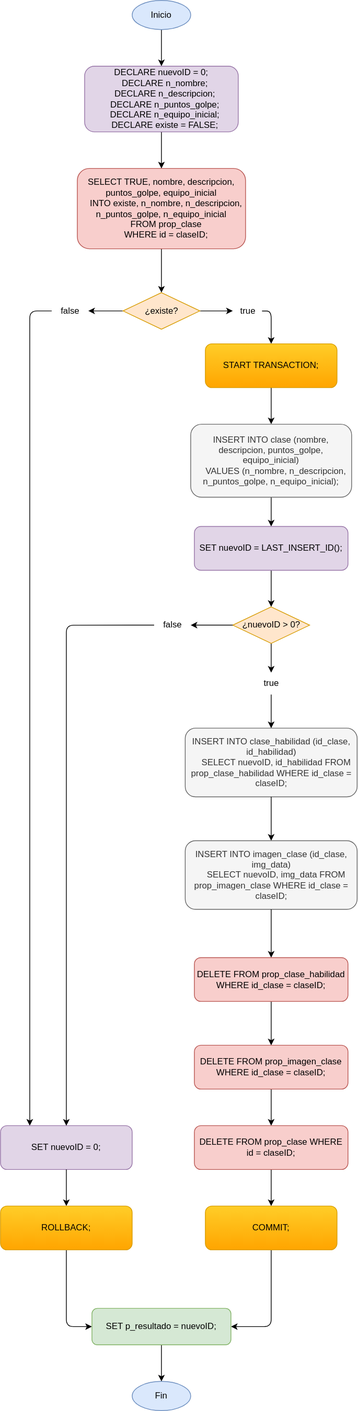
Before: DB_Schema/diagrams/aceptarClase.svg, a diagram exported from draw.io (IvanFreireDacoba/LogeVerse). Source tidied: cells renumbered, new cells last; positions are measured from the earlier drawing's top-left corner, leaving out a move shared by most shapes.
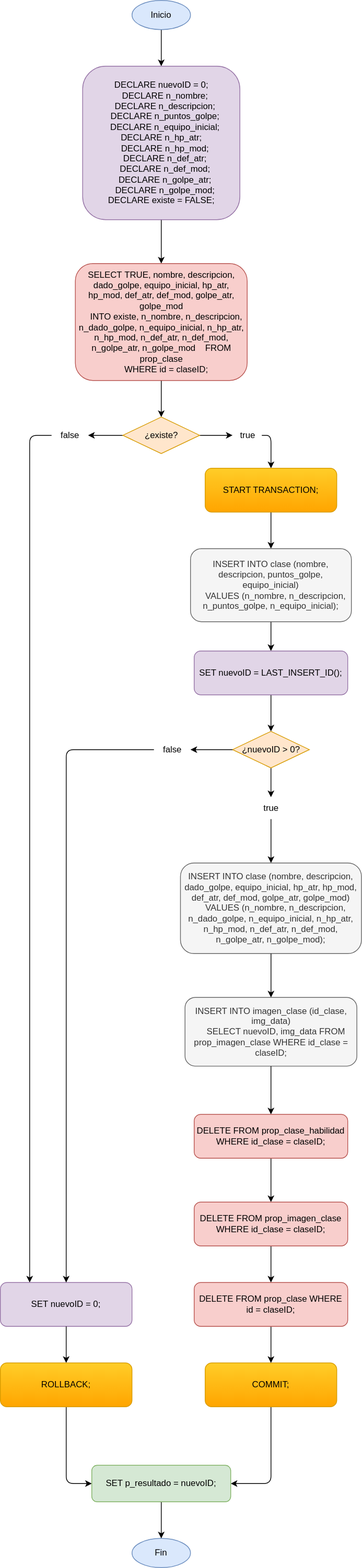
After the change.

The edit, as a diff of the source:
```diff
@@ -2,36 +2,36 @@
   <root>
     <mxCell id="0" />
     <mxCell id="1" parent="0" />
-    <mxCell id="2" style="edgeStyle=orthogonalEdgeStyle;rounded=0;jettySize=auto;html=1;exitX=0.5;exitY=1;exitDx=0;exitDy=0;" parent="1" edge="1" source="3" target="5">
-      <mxGeometry relative="1" as="geometry" />
-    </mxCell>
+    <mxCell id="47" style="edgeStyle=orthogonalEdgeStyle;rounded=0;jettySize=auto;html=1;exitX=0.5;exitY=1;exitDx=0;exitDy=0;" parent="1" edge="1" source="3" target="49">
+      <mxGeometry relative="1" as="geometry" />
+    </mxCell>
     <mxCell id="3" value="Inicio" style="ellipse;whiteSpace=wrap;fillColor=#dae8fc;strokeColor=#6c8ebf;" parent="1" vertex="1">
-      <mxGeometry x="180" width="80" height="40" as="geometry" />
+      <mxGeometry x="180" y="-214" width="80" height="40" as="geometry" />
     </mxCell>
-    <mxCell id="4" style="edgeStyle=orthogonalEdgeStyle;rounded=0;jettySize=auto;html=1;exitX=0.5;exitY=1;exitDx=0;exitDy=0;" parent="1" edge="1" source="5" target="29">
-      <mxGeometry relative="1" as="geometry" />
-    </mxCell>
-    <mxCell id="5" value="DECLARE nuevoID = 0;&#10;   DECLARE n_nombre;&#10;   DECLARE n_descripcion;&#10;   DECLARE n_puntos_golpe;&#10;   DECLARE n_equipo_inicial;&#10;   DECLARE existe = FALSE;" style="rounded=1;whiteSpace=wrap;fillColor=#e1d5e7;strokeColor=#9673a6;" parent="1" vertex="1">
-      <mxGeometry x="115" y="90" width="210" height="90" as="geometry" />
-    </mxCell>
-    <mxCell id="6" style="edgeStyle=orthogonalEdgeStyle;rounded=0;jettySize=auto;html=1;" parent="1" edge="1" source="29" target="10">
-      <mxGeometry relative="1" as="geometry" />
-    </mxCell>
-    <mxCell id="7" style="edgeStyle=orthogonalEdgeStyle;rounded=1;jettySize=auto;html=1;exitX=0;exitY=0.5;exitDx=0;exitDy=0;curved=0;" parent="1" edge="1" source="16" target="12">
-      <mxGeometry relative="1" as="geometry">
-        <Array as="points">
-          <mxPoint x="40" y="425" />
-        </Array>
-      </mxGeometry>
-    </mxCell>
-    <mxCell id="8" style="edgeStyle=orthogonalEdgeStyle;rounded=0;jettySize=auto;html=1;exitX=1;exitY=0.5;exitDx=0;exitDy=0;" parent="1" edge="1" source="10" target="15">
-      <mxGeometry relative="1" as="geometry" />
-    </mxCell>
-    <mxCell id="9" style="edgeStyle=orthogonalEdgeStyle;rounded=0;jettySize=auto;html=1;exitX=0;exitY=0.5;exitDx=0;exitDy=0;" parent="1" edge="1" source="10" target="16">
-      <mxGeometry relative="1" as="geometry" />
-    </mxCell>
+    <mxCell id="48" style="edgeStyle=orthogonalEdgeStyle;rounded=0;jettySize=auto;html=1;exitX=0.5;exitY=1;exitDx=0;exitDy=0;" parent="1" edge="1" source="49" target="63">
+      <mxGeometry relative="1" as="geometry" />
+    </mxCell>
+    <mxCell id="49" value="DECLARE nuevoID = 0;&#10;   DECLARE n_nombre;&#10;   DECLARE n_descripcion;&#10;   DECLARE n_puntos_golpe;&#10;   DECLARE n_equipo_inicial;&#10;DECLARE n_hp_atr;&#10;   DECLARE n_hp_mod;&#10;   DECLARE n_def_atr;&#10;   DECLARE n_def_mod;&#10;   DECLARE n_golpe_atr;&#10;   DECLARE n_golpe_mod;&#10;DECLARE existe = FALSE;" style="rounded=1;whiteSpace=wrap;fillColor=#e1d5e7;strokeColor=#9673a6;" parent="1" vertex="1">
+      <mxGeometry x="112.5" y="-124" width="215" height="210" as="geometry" />
+    </mxCell>
+    <mxCell id="50" style="edgeStyle=orthogonalEdgeStyle;rounded=0;jettySize=auto;html=1;" parent="1" edge="1" source="63" target="10">
+      <mxGeometry relative="1" as="geometry" />
+    </mxCell>
+    <mxCell id="51" style="edgeStyle=orthogonalEdgeStyle;rounded=1;jettySize=auto;html=1;exitX=0;exitY=0.5;exitDx=0;exitDy=0;curved=0;" parent="1" edge="1" source="55" target="12">
+      <mxGeometry relative="1" as="geometry">
+        <Array as="points">
+          <mxPoint x="40" y="381" />
+        </Array>
+      </mxGeometry>
+    </mxCell>
+    <mxCell id="52" style="edgeStyle=orthogonalEdgeStyle;rounded=0;jettySize=auto;html=1;exitX=1;exitY=0.5;exitDx=0;exitDy=0;" parent="1" edge="1" source="10" target="54">
+      <mxGeometry relative="1" as="geometry" />
+    </mxCell>
+    <mxCell id="53" style="edgeStyle=orthogonalEdgeStyle;rounded=0;jettySize=auto;html=1;exitX=0;exitY=0.5;exitDx=0;exitDy=0;" parent="1" edge="1" source="10" target="55">
+      <mxGeometry relative="1" as="geometry" />
+    </mxCell>
     <mxCell id="10" value="¿existe?" style="rhombus;whiteSpace=wrap;fillColor=#ffe6cc;strokeColor=#d79b00;" parent="1" vertex="1">
-      <mxGeometry x="167.5" y="400" width="105" height="50" as="geometry" />
+      <mxGeometry x="167.5" y="356" width="105" height="50" as="geometry" />
     </mxCell>
     <mxCell id="11" style="edgeStyle=orthogonalEdgeStyle;rounded=1;jettySize=auto;html=1;exitX=0.5;exitY=1;exitDx=0;exitDy=0;entryX=0;entryY=0.5;entryDx=0;entryDy=0;curved=0;" parent="1" edge="1" source="31" target="46">
       <mxGeometry relative="1" as="geometry" />
@@ -45,12 +45,12 @@
     <mxCell id="14" value="Fin" style="ellipse;whiteSpace=wrap;fillColor=#dae8fc;strokeColor=#6c8ebf;" parent="1" vertex="1">
       <mxGeometry x="180" y="1890" width="80" height="40" as="geometry" />
     </mxCell>
-    <mxCell id="15" value="true" style="text;html=1;align=center;verticalAlign=middle;points=[];strokeColor=none;fillColor=none;" parent="1" vertex="1">
-      <mxGeometry x="317.5" y="410" width="40" height="30" as="geometry" />
-    </mxCell>
-    <mxCell id="16" value="false" style="text;html=1;align=center;verticalAlign=middle;points=[];strokeColor=none;fillColor=none;" parent="1" vertex="1">
-      <mxGeometry x="70" y="410" width="50" height="30" as="geometry" />
-    </mxCell>
+    <mxCell id="54" value="true" style="text;html=1;align=center;verticalAlign=middle;points=[];strokeColor=none;fillColor=none;" parent="1" vertex="1">
+      <mxGeometry x="317.5" y="366" width="40" height="30" as="geometry" />
+    </mxCell>
+    <mxCell id="55" value="false" style="text;html=1;align=center;verticalAlign=middle;points=[];strokeColor=none;fillColor=none;" parent="1" vertex="1">
+      <mxGeometry x="70" y="366" width="50" height="30" as="geometry" />
+    </mxCell>
     <mxCell id="17" style="edgeStyle=orthogonalEdgeStyle;" parent="1" edge="1" source="34" target="19">
       <mxGeometry relative="1" as="geometry" />
     </mxCell>
@@ -58,38 +58,38 @@
       <mxGeometry relative="1" as="geometry" />
     </mxCell>
     <mxCell id="19" value="INSERT INTO clase (nombre, descripcion, puntos_golpe, equipo_inicial)&#10;   &#9;VALUES (n_nombre, n_descripcion, n_puntos_golpe, n_equipo_inicial);" style="rounded=1;whiteSpace=wrap;fillColor=#f5f5f5;strokeColor=#666666;fontColor=#333333;" parent="1" vertex="1">
-      <mxGeometry x="260" y="580" width="220" height="100" as="geometry" />
+      <mxGeometry x="260" y="536" width="220" height="100" as="geometry" />
     </mxCell>
-    <mxCell id="20" style="edgeStyle=orthogonalEdgeStyle;rounded=1;jettySize=auto;html=1;exitX=0;exitY=0.5;exitDx=0;exitDy=0;entryX=0.5;entryY=0;entryDx=0;entryDy=0;curved=0;" parent="1" edge="1" source="25" target="12">
-      <mxGeometry relative="1" as="geometry" />
-    </mxCell>
-    <mxCell id="21" style="edgeStyle=orthogonalEdgeStyle;rounded=0;jettySize=auto;html=1;" parent="1" edge="1" source="22" target="23">
-      <mxGeometry relative="1" as="geometry" />
-    </mxCell>
+    <mxCell id="56" style="edgeStyle=orthogonalEdgeStyle;rounded=1;jettySize=auto;html=1;exitX=0;exitY=0.5;exitDx=0;exitDy=0;entryX=0.5;entryY=0;entryDx=0;entryDy=0;curved=0;" parent="1" edge="1" source="60" target="12">
+      <mxGeometry relative="1" as="geometry" />
+    </mxCell>
+    <mxCell id="57" style="edgeStyle=orthogonalEdgeStyle;rounded=0;jettySize=auto;html=1;" parent="1" edge="1" source="22" target="58">
+      <mxGeometry relative="1" as="geometry" />
+    </mxCell>
     <mxCell id="22" value="¿nuevoID &gt; 0?" style="rhombus;whiteSpace=wrap;fillColor=#ffe6cc;strokeColor=#d79b00;" parent="1" vertex="1">
-      <mxGeometry x="317.5" y="830" width="105" height="50" as="geometry" />
+      <mxGeometry x="317.5" y="786" width="105" height="50" as="geometry" />
     </mxCell>
-    <mxCell id="23" value="true" style="text;html=1;align=center;verticalAlign=middle;points=[];strokeColor=none;fillColor=none;" parent="1" vertex="1">
-      <mxGeometry x="350" y="920" width="40" height="30" as="geometry" />
-    </mxCell>
-    <mxCell id="24" style="edgeStyle=orthogonalEdgeStyle;rounded=1;jettySize=auto;html=1;exitX=0;exitY=0.5;exitDx=0;exitDy=0;curved=0;" parent="1" edge="1" source="22" target="25">
-      <mxGeometry relative="1" as="geometry" />
-    </mxCell>
-    <mxCell id="25" value="false" style="text;html=1;align=center;verticalAlign=middle;points=[];strokeColor=none;fillColor=none;" parent="1" vertex="1">
-      <mxGeometry x="210" y="840" width="50" height="30" as="geometry" />
-    </mxCell>
-    <mxCell id="26" style="edgeStyle=orthogonalEdgeStyle;" parent="1" edge="1" source="23" target="27">
-      <mxGeometry relative="1" as="geometry" />
-    </mxCell>
-    <mxCell id="27" value="INSERT INTO clase_habilidad (id_clase, id_habilidad)&#10;&#9;   &#9;SELECT nuevoID, id_habilidad FROM prop_clase_habilidad WHERE id_clase = claseID;" style="rounded=1;whiteSpace=wrap;fillColor=#f5f5f5;strokeColor=#666666;fontColor=#333333;" parent="1" vertex="1">
-      <mxGeometry x="252.5" y="996" width="235" height="94" as="geometry" />
-    </mxCell>
+    <mxCell id="58" value="true" style="text;html=1;align=center;verticalAlign=middle;points=[];strokeColor=none;fillColor=none;" parent="1" vertex="1">
+      <mxGeometry x="350" y="876" width="40" height="30" as="geometry" />
+    </mxCell>
+    <mxCell id="59" style="edgeStyle=orthogonalEdgeStyle;rounded=1;jettySize=auto;html=1;exitX=0;exitY=0.5;exitDx=0;exitDy=0;curved=0;" parent="1" edge="1" source="22" target="60">
+      <mxGeometry relative="1" as="geometry" />
+    </mxCell>
+    <mxCell id="60" value="false" style="text;html=1;align=center;verticalAlign=middle;points=[];strokeColor=none;fillColor=none;" parent="1" vertex="1">
+      <mxGeometry x="210" y="796" width="50" height="30" as="geometry" />
+    </mxCell>
+    <mxCell id="61" style="edgeStyle=orthogonalEdgeStyle;" parent="1" edge="1" source="58" target="62">
+      <mxGeometry relative="1" as="geometry" />
+    </mxCell>
+    <mxCell id="62" value="INSERT INTO clase (nombre, descripcion, dado_golpe, equipo_inicial, hp_atr, hp_mod, def_atr, def_mod, golpe_atr, golpe_mod)&#10;   &#9;VALUES (n_nombre, n_descripcion, n_dado_golpe, n_equipo_inicial, n_hp_atr, n_hp_mod, n_def_atr, n_def_mod, n_golpe_atr, n_golpe_mod);" style="rounded=1;whiteSpace=wrap;fillColor=#f5f5f5;strokeColor=#666666;fontColor=#333333;" parent="1" vertex="1">
+      <mxGeometry x="246.2" y="966" width="247.5" height="124" as="geometry" />
+    </mxCell>
     <mxCell id="28" style="edgeStyle=orthogonalEdgeStyle;" parent="1" edge="1" source="40" target="42">
       <mxGeometry relative="1" as="geometry" />
     </mxCell>
-    <mxCell id="29" value="SELECT TRUE, nombre, descripcion, puntos_golpe, equipo_inicial&#10;   &#9;INTO existe, n_nombre, n_descripcion, n_puntos_golpe, n_equipo_inicial&#10;   &#9;FROM prop_clase&#10;   &#9;WHERE id = claseID;" style="rounded=1;whiteSpace=wrap;fillColor=#f8cecc;strokeColor=#b85450;" parent="1" vertex="1">
-      <mxGeometry x="105" y="230" width="230" height="110" as="geometry" />
-    </mxCell>
+    <mxCell id="63" value="SELECT TRUE, nombre, descripcion, dado_golpe, equipo_inicial, hp_atr, hp_mod, def_atr, def_mod, golpe_atr, golpe_mod&#10;   &#9;INTO existe, n_nombre, n_descripcion, n_dado_golpe, n_equipo_inicial, n_hp_atr, n_hp_mod, n_def_atr, n_def_mod, n_golpe_atr, n_golpe_mod   &#9;FROM prop_clase&#10;   &#9;WHERE id = claseID;" style="rounded=1;whiteSpace=wrap;fillColor=#f8cecc;strokeColor=#b85450;" parent="1" vertex="1">
+      <mxGeometry x="102.5" y="146" width="235" height="160" as="geometry" />
+    </mxCell>
     <mxCell id="30" style="edgeStyle=orthogonalEdgeStyle;rounded=1;jettySize=auto;html=1;exitX=0.5;exitY=1;exitDx=0;exitDy=0;curved=0;" parent="1" edge="1" source="12" target="31">
       <mxGeometry relative="1" as="geometry" />
     </mxCell>
@@ -99,25 +99,25 @@
     <mxCell id="32" value="COMMIT;" style="rounded=1;whiteSpace=wrap;fillColor=#ffcd28;strokeColor=#d79b00;gradientColor=#ffa500;" parent="1" vertex="1">
       <mxGeometry x="280" y="1650" width="180" height="60" as="geometry" />
     </mxCell>
-    <mxCell id="33" style="edgeStyle=orthogonalEdgeStyle;" parent="1" edge="1" source="15" target="34">
-      <mxGeometry relative="1" as="geometry">
-        <Array as="points">
-          <mxPoint x="370" y="425" />
-        </Array>
-      </mxGeometry>
-    </mxCell>
+    <mxCell id="64" style="edgeStyle=orthogonalEdgeStyle;" parent="1" edge="1" source="54" target="34">
+      <mxGeometry relative="1" as="geometry">
+        <Array as="points">
+          <mxPoint x="370" y="381" />
+        </Array>
+      </mxGeometry>
+    </mxCell>
     <mxCell id="34" value="START TRANSACTION;" style="rounded=1;whiteSpace=wrap;fillColor=#ffcd28;strokeColor=#d79b00;gradientColor=#ffa500;" parent="1" vertex="1">
-      <mxGeometry x="280" y="470" width="180" height="60" as="geometry" />
+      <mxGeometry x="280" y="426" width="180" height="60" as="geometry" />
     </mxCell>
     <mxCell id="35" style="edgeStyle=orthogonalEdgeStyle;rounded=0;jettySize=auto;html=1;" parent="1" edge="1" source="36" target="22">
       <mxGeometry relative="1" as="geometry" />
     </mxCell>
     <mxCell id="36" value="SET nuevoID = LAST_INSERT_ID();" style="rounded=1;whiteSpace=wrap;fillColor=#e1d5e7;strokeColor=#9673a6;" parent="1" vertex="1">
-      <mxGeometry x="265" y="720" width="210" height="60" as="geometry" />
+      <mxGeometry x="265" y="676" width="210" height="60" as="geometry" />
     </mxCell>
-    <mxCell id="37" style="edgeStyle=orthogonalEdgeStyle;" parent="1" edge="1" source="27" target="38">
-      <mxGeometry relative="1" as="geometry" />
-    </mxCell>
+    <mxCell id="65" style="edgeStyle=orthogonalEdgeStyle;" parent="1" edge="1" source="62" target="38">
+      <mxGeometry relative="1" as="geometry" />
+    </mxCell>
     <mxCell id="38" value="INSERT INTO imagen_clase (id_clase, img_data)&#10;&#9;   &#9;SELECT nuevoID, img_data FROM prop_imagen_clase WHERE id_clase = claseID;" style="rounded=1;whiteSpace=wrap;fillColor=#f5f5f5;strokeColor=#666666;fontColor=#333333;" parent="1" vertex="1">
       <mxGeometry x="252.5" y="1150" width="235" height="94" as="geometry" />
     </mxCell>
```
